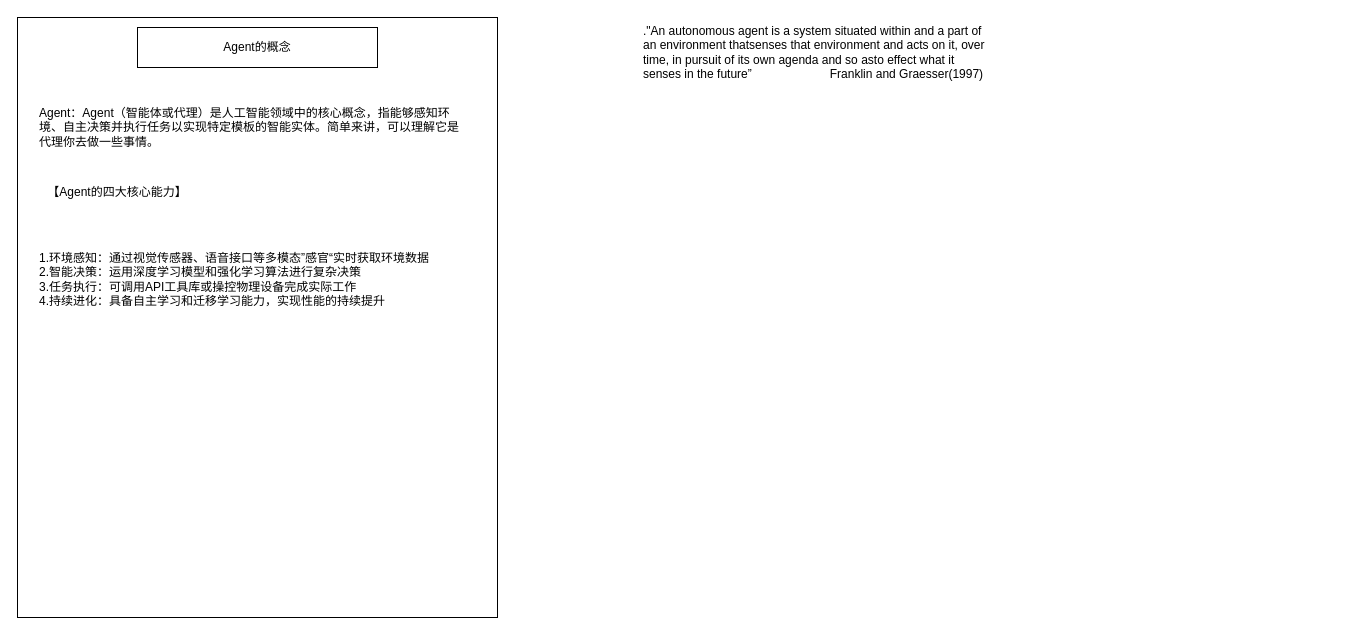
Before: AI Agent 架构图.drawio in yoonai/MyTestFolder, a draw.io diagram. Source tidied: cells renumbered, new cells numbered last; positions are measured from the earlier drawing's top-left corner, leaving out a move shared by most shapes. Both pictures are drawn from the tidied source at 100%, with x=0, y=0 at pixel (17, 17). Pictures stored in the file or linked from it are replaced by grey dashed boxes.
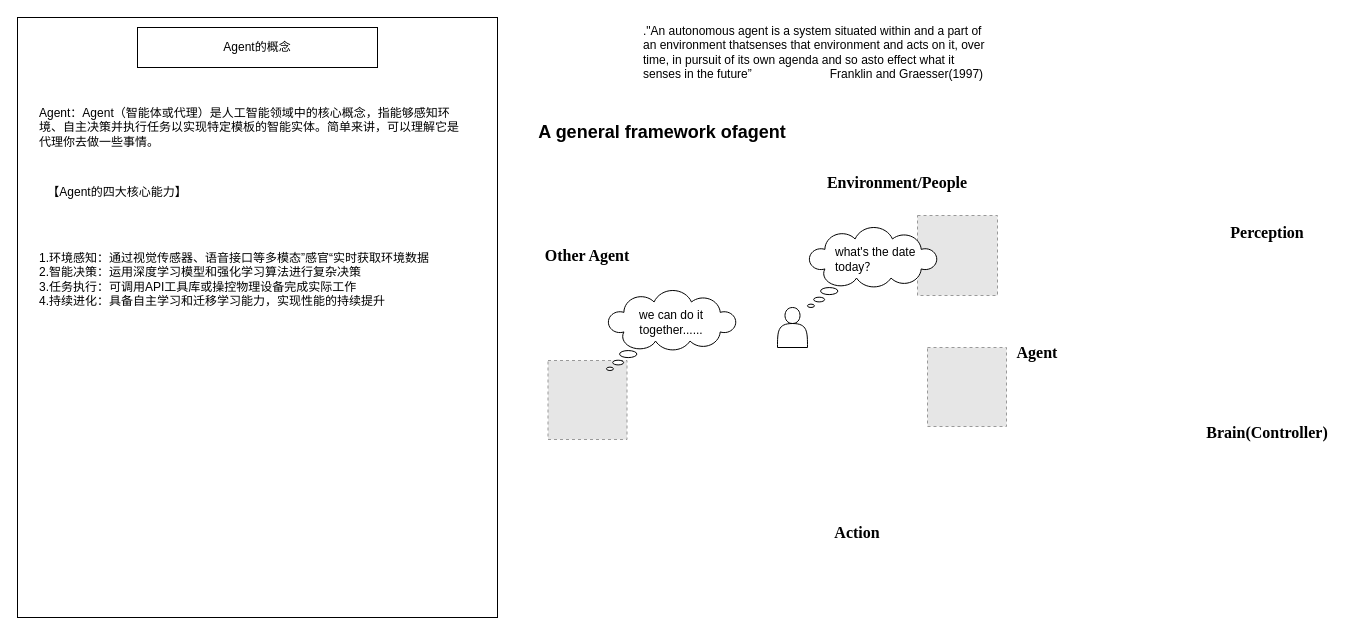
The same diagram, later.

Commit message (it also covers changes not shown here):
更新AI Agent 架构图.drawio

Change to the diagram source:
```diff
@@
+    <mxCell id="8" value="A general framework ofagent" style="text;html=1;whiteSpace=wrap;strokeColor=none;fillColor=none;align=center;verticalAlign=middle;rounded=0;fontStyle=1;fontSize=18;" parent="1" vertex="1">
+      <mxGeometry x="520" y="100" width="250" height="30" as="geometry" />
+    </mxCell>
+    <mxCell id="9" style="fillColor=#E6E6E6;strokeColor=#999999;dashed=1;html=1;verticalAlign=top;verticalLabelPosition=bottom;labelBackgroundColor=#ffffff;" parent="1" vertex="1">
+      <mxGeometry x="530.5" y="343" width="79" height="79" as="geometry" />
+    </mxCell>
+    <mxCell id="10" value="Other Agent" style="text;html=1;whiteSpace=wrap;strokeColor=none;fillColor=none;align=center;verticalAlign=middle;rounded=0;fontStyle=1;fontFamily=Times New Roman;fontSize=16;" parent="1" vertex="1">
+      <mxGeometry x="510" y="223" width="120" height="30" as="geometry" />
+    </mxCell>
+    <mxCell id="11" value="we can do it&lt;br&gt;together......" style="whiteSpace=wrap;html=1;shape=mxgraph.basic.cloud_callout;direction=east;align=center;spacingBottom=16;" parent="1" vertex="1">
+      <mxGeometry x="589" y="273" width="130" height="80" as="geometry" />
+    </mxCell>
+    <mxCell id="12" style="fillColor=#E6E6E6;strokeColor=#999999;dashed=1;html=1;verticalAlign=top;verticalLabelPosition=bottom;labelBackgroundColor=#ffffff;" parent="1" vertex="1">
+      <mxGeometry x="910" y="330" width="79" height="79" as="geometry" />
+    </mxCell>
+    <mxCell id="13" style="fillColor=#E6E6E6;strokeColor=#999999;dashed=1;html=1;verticalAlign=top;verticalLabelPosition=bottom;labelBackgroundColor=#ffffff;" parent="1" vertex="1">
+      <mxGeometry x="900" y="198" width="80" height="80" as="geometry" />
+    </mxCell>
+    <mxCell id="14" value="what's the date&lt;br&gt;today？" style="whiteSpace=wrap;html=1;shape=mxgraph.basic.cloud_callout;direction=east;align=left;spacingBottom=16;spacingLeft=26;" parent="1" vertex="1">
+      <mxGeometry x="790" y="210" width="130" height="80" as="geometry" />
+    </mxCell>
+    <mxCell id="15" style="shape=actor;whiteSpace=wrap;html=1;" parent="1" vertex="1">
+      <mxGeometry x="760" y="290" width="30" height="40" as="geometry" />
+    </mxCell>
+    <mxCell id="16" value="Environment/People" style="text;html=1;whiteSpace=wrap;strokeColor=none;fillColor=none;align=center;verticalAlign=middle;rounded=0;fontStyle=1;fontFamily=Times New Roman;fontSize=16;" parent="1" vertex="1">
+      <mxGeometry x="820" y="150" width="120" height="30" as="geometry" />
+    </mxCell>
+    <mxCell id="17" value="&lt;div&gt;&lt;span style=&quot;background-color: transparent; color: light-dark(rgb(0, 0, 0), rgb(255, 255, 255));&quot;&gt;Agent&lt;/span&gt;&lt;/div&gt;" style="text;html=1;whiteSpace=wrap;strokeColor=none;fillColor=none;align=center;verticalAlign=middle;rounded=0;fontStyle=1;fontFamily=Times New Roman;fontSize=16;" parent="1" vertex="1">
+      <mxGeometry x="960" y="320" width="120" height="30" as="geometry" />
+    </mxCell>
+    <mxCell id="18" value="&lt;div&gt;&lt;span style=&quot;background-color: transparent; color: light-dark(rgb(0, 0, 0), rgb(255, 255, 255));&quot;&gt;Brain(Controller)&lt;/span&gt;&lt;/div&gt;" style="text;html=1;whiteSpace=wrap;strokeColor=none;fillColor=none;align=center;verticalAlign=middle;rounded=0;fontStyle=1;fontFamily=Times New Roman;fontSize=16;" parent="1" vertex="1">
+      <mxGeometry x="1190" y="400" width="120" height="30" as="geometry" />
+    </mxCell>
+    <mxCell id="19" value="&lt;div&gt;&lt;span style=&quot;background-color: transparent; color: light-dark(rgb(0, 0, 0), rgb(255, 255, 255));&quot;&gt;Action&lt;/span&gt;&lt;/div&gt;" style="text;html=1;whiteSpace=wrap;strokeColor=none;fillColor=none;align=center;verticalAlign=middle;rounded=0;fontStyle=1;fontFamily=Times New Roman;fontSize=16;" parent="1" vertex="1">
+      <mxGeometry x="780" y="500" width="120" height="30" as="geometry" />
+    </mxCell>
+    <mxCell id="20" value="&lt;div&gt;&lt;span style=&quot;background-color: transparent; color: light-dark(rgb(0, 0, 0), rgb(255, 255, 255));&quot;&gt;Perception&lt;/span&gt;&lt;/div&gt;" style="text;html=1;whiteSpace=wrap;strokeColor=none;fillColor=none;align=center;verticalAlign=middle;rounded=0;fontStyle=1;fontFamily=Times New Roman;fontSize=16;" parent="1" vertex="1">
+      <mxGeometry x="1190" y="200" width="120" height="30" as="geometry" />
+    </mxCell>
```
